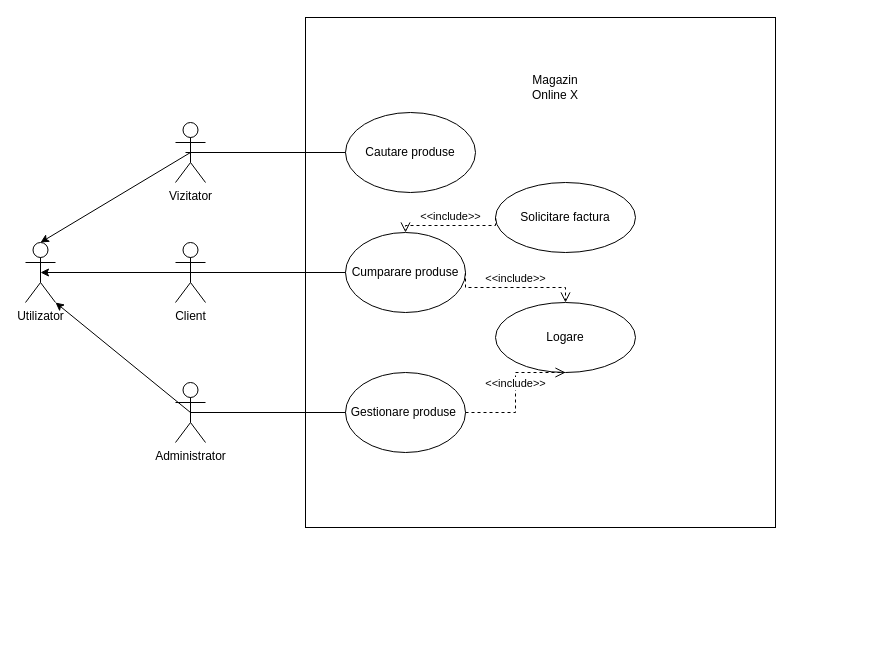
This is 1.drawio from CrutoiAlexandru/APSI, a draw.io file, before an edit. Source tidied: cells renumbered, new cells numbered last; positions are measured from the earlier drawing's top-left corner, leaving out a move shared by most shapes. Both pictures are drawn from the tidied source at 100%, with x=0, y=0 at pixel (25, 17).
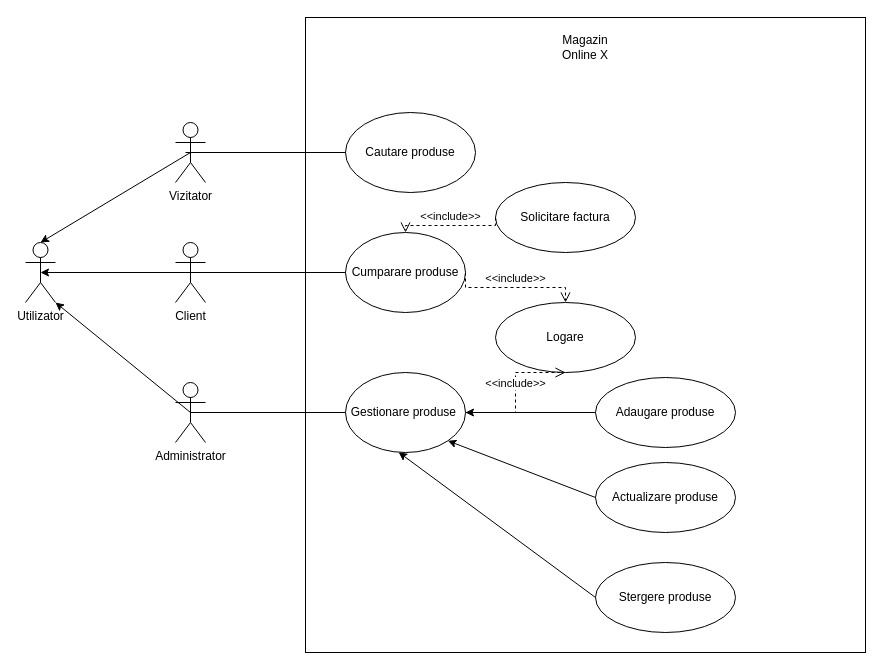
The same diagram, later.

The change refers to these unchanged cells:
```xml
<mxCell id="6" value="Gestionare produse&lt;span style=&quot;white-space: pre;&quot;&gt; &lt;/span&gt;" style="ellipse;whiteSpace=wrap;html=1;" parent="1" vertex="1">
  <mxGeometry x="320" y="355" width="120" height="80" as="geometry" />
</mxCell>
```

The edit, as a diff of the source:
```diff
@@
     <mxCell id="2" value="&lt;div style=&quot;&quot;&gt;&lt;br&gt;&lt;/div&gt;&lt;div style=&quot;&quot;&gt;&lt;br&gt;&lt;/div&gt;" style="html=1;align=center;" parent="1" vertex="1">
-      <mxGeometry x="280" width="470" height="510" as="geometry" />
+      <mxGeometry x="280" width="560" height="635" as="geometry" />
     </mxCell>
@@
     <mxCell id="5" value="Magazin Online X" style="text;html=1;strokeColor=none;fillColor=none;align=center;verticalAlign=middle;whiteSpace=wrap;rounded=0;" parent="1" vertex="1">
-      <mxGeometry x="500" y="55" width="60" height="30" as="geometry" />
+      <mxGeometry x="530" y="15" width="60" height="30" as="geometry" />
     </mxCell>
@@
+    <mxCell id="22" value="Stergere produse" style="ellipse;whiteSpace=wrap;html=1;" parent="1" vertex="1">
+      <mxGeometry x="570" y="545" width="140" height="70" as="geometry" />
+    </mxCell>
+    <mxCell id="23" value="Adaugare produse" style="ellipse;whiteSpace=wrap;html=1;" parent="1" vertex="1">
+      <mxGeometry x="570" y="360" width="140" height="70" as="geometry" />
+    </mxCell>
+    <mxCell id="24" value="Actualizare produse" style="ellipse;whiteSpace=wrap;html=1;" parent="1" vertex="1">
+      <mxGeometry x="570" y="445" width="140" height="70" as="geometry" />
+    </mxCell>
+    <mxCell id="25" style="endArrow=classic;html=1;rounded=0;exitX=0;exitY=0.5;exitDx=0;exitDy=0;entryX=1;entryY=0.5;entryDx=0;entryDy=0;" parent="1" edge="1" source="23" target="6">
+      <mxGeometry relative="1" as="geometry" />
+    </mxCell>
+    <mxCell id="26" style="endArrow=classic;html=1;rounded=0;exitX=0;exitY=0.5;exitDx=0;exitDy=0;entryX=0.443;entryY=0.997;entryDx=0;entryDy=0;entryPerimeter=0;" parent="1" edge="1" source="22" target="6">
+      <mxGeometry relative="1" as="geometry" />
+    </mxCell>
+    <mxCell id="27" style="endArrow=classic;html=1;rounded=0;entryX=1;entryY=1;entryDx=0;entryDy=0;exitX=0;exitY=0.5;exitDx=0;exitDy=0;" parent="1" edge="1" source="24" target="6">
+      <mxGeometry relative="1" as="geometry" />
+    </mxCell>
```
